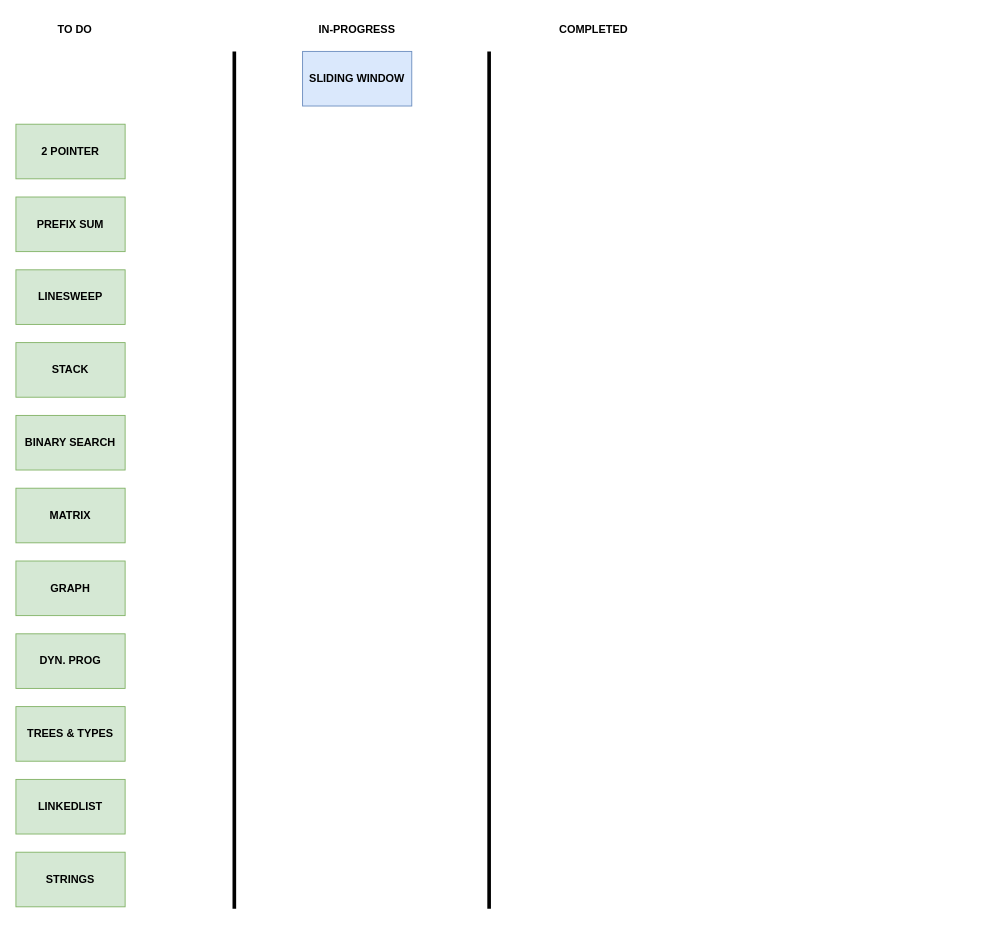
This is progress.drawio from Dhamodharan17/problem-solving-python, a draw.io file, before an edit. Source tidied: cells renumbered, new cells numbered last; positions are measured from the earlier drawing's top-left corner, leaving out a move shared by most shapes. Both pictures are drawn from the tidied source at 91%, with x=0, y=0 at pixel (15, 15).
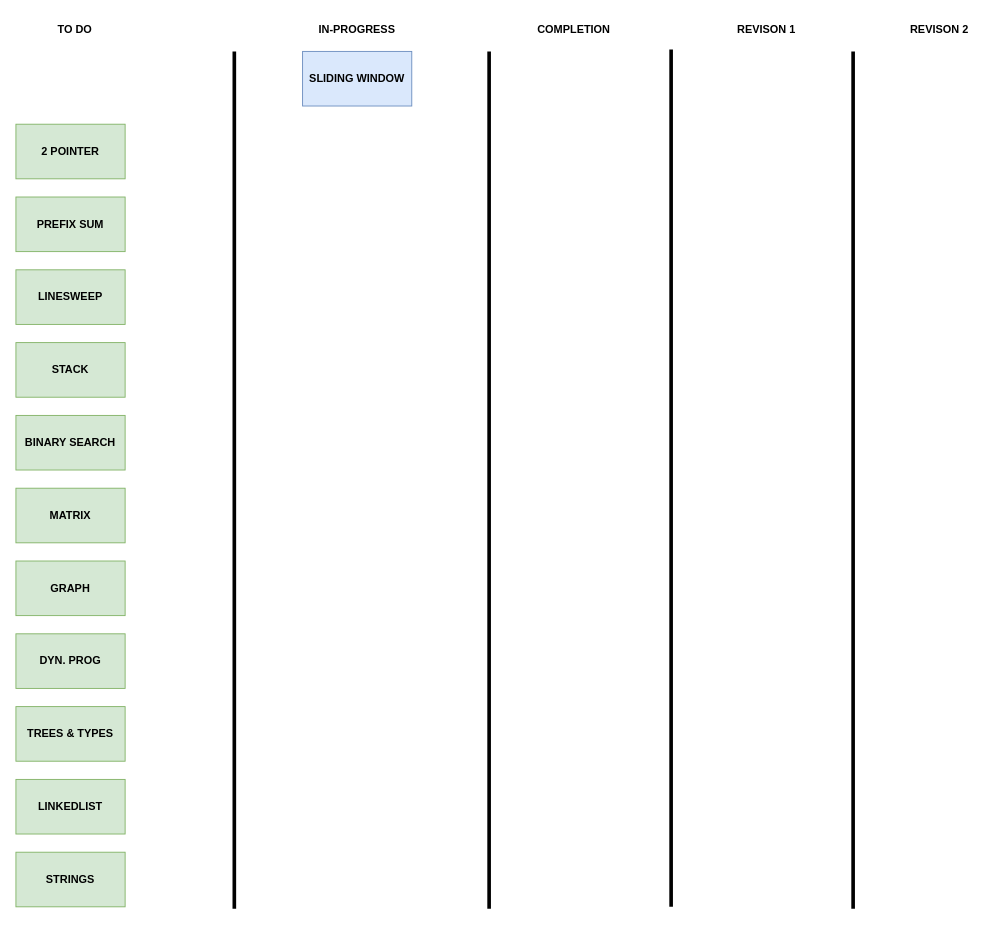
The same diagram, later.

The edit, as a diff of the source:
```diff
@@
-    <mxCell id="18" value="&lt;b&gt;COMPLETED&lt;/b&gt;" style="text;strokeColor=none;align=center;fillColor=none;html=1;verticalAlign=middle;whiteSpace=wrap;rounded=0;" parent="1" vertex="1">
-      <mxGeometry x="590" width="90" height="30" as="geometry" />
+    <mxCell id="18" value="&lt;b&gt;COMPLETION&amp;nbsp;&lt;/b&gt;" style="text;strokeColor=none;align=center;fillColor=none;html=1;verticalAlign=middle;whiteSpace=wrap;rounded=0;" parent="1" vertex="1">
+      <mxGeometry x="570" width="90" height="30" as="geometry" />
     </mxCell>
+    <mxCell id="19" style="endArrow=none;html=1;rounded=0;strokeWidth=4;" parent="1" edge="1">
+      <mxGeometry relative="1" as="geometry">
+        <mxPoint x="720" y="36.9" as="sourcePoint" />
+        <mxPoint x="720" y="979" as="targetPoint" />
+      </mxGeometry>
+    </mxCell>
+    <mxCell id="20" style="endArrow=none;html=1;rounded=0;strokeWidth=4;" parent="1" edge="1">
+      <mxGeometry relative="1" as="geometry">
+        <mxPoint x="920" y="39" as="sourcePoint" />
+        <mxPoint x="920" y="981.1" as="targetPoint" />
+      </mxGeometry>
+    </mxCell>
+    <mxCell id="21" value="&lt;b&gt;REVISON 1&lt;/b&gt;" style="text;strokeColor=none;align=center;fillColor=none;html=1;verticalAlign=middle;whiteSpace=wrap;rounded=0;" parent="1" vertex="1">
+      <mxGeometry x="780" width="90" height="30" as="geometry" />
+    </mxCell>
+    <mxCell id="22" value="&lt;b&gt;REVISON 2&lt;/b&gt;" style="text;strokeColor=none;align=center;fillColor=none;html=1;verticalAlign=middle;whiteSpace=wrap;rounded=0;" parent="1" vertex="1">
+      <mxGeometry x="970" width="90" height="30" as="geometry" />
+    </mxCell>
```
